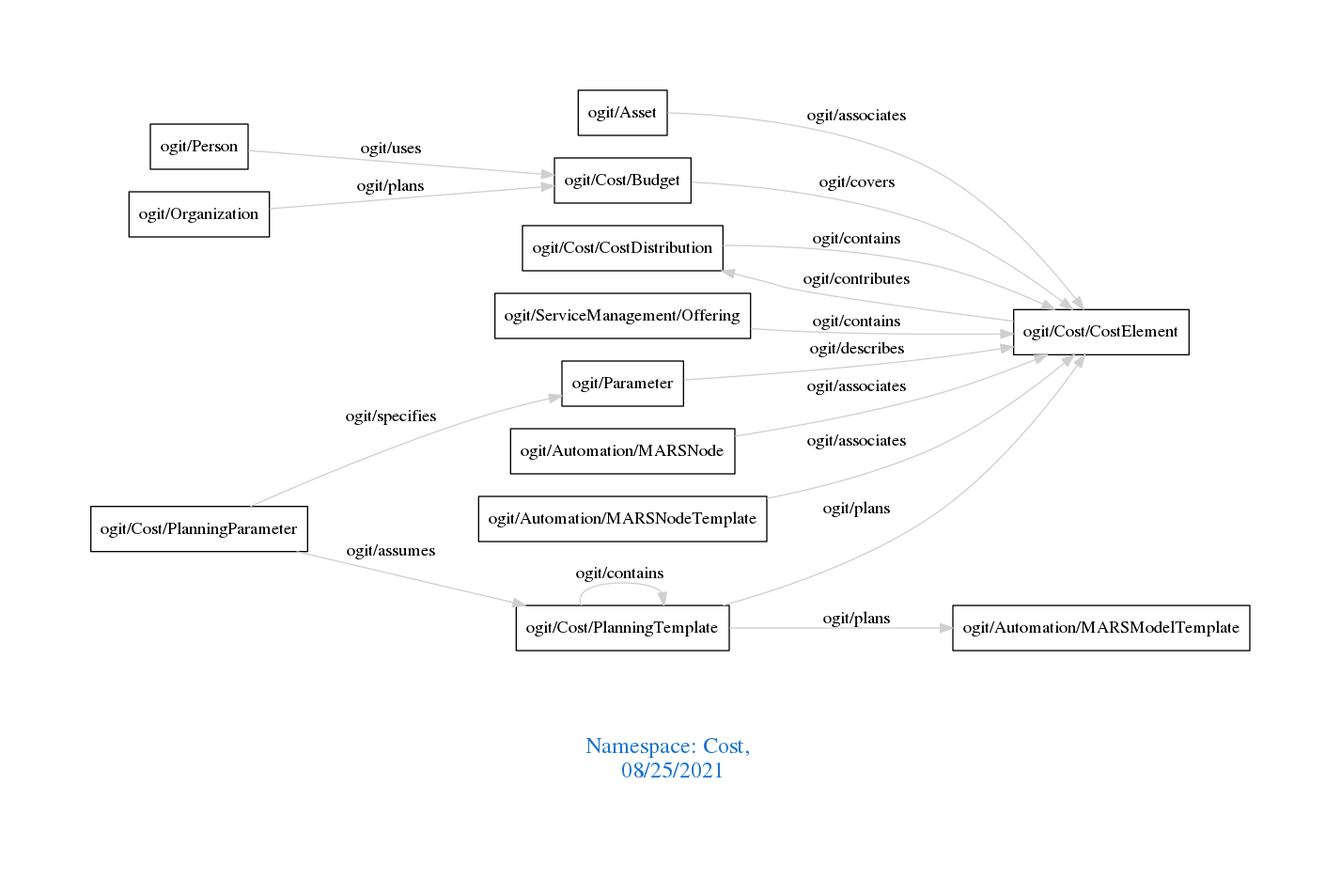
Earlier version of the Graphviz export downloads/Cost.png (arago/OGIT). Its source is kept beside it as downloads/Cost.dot.
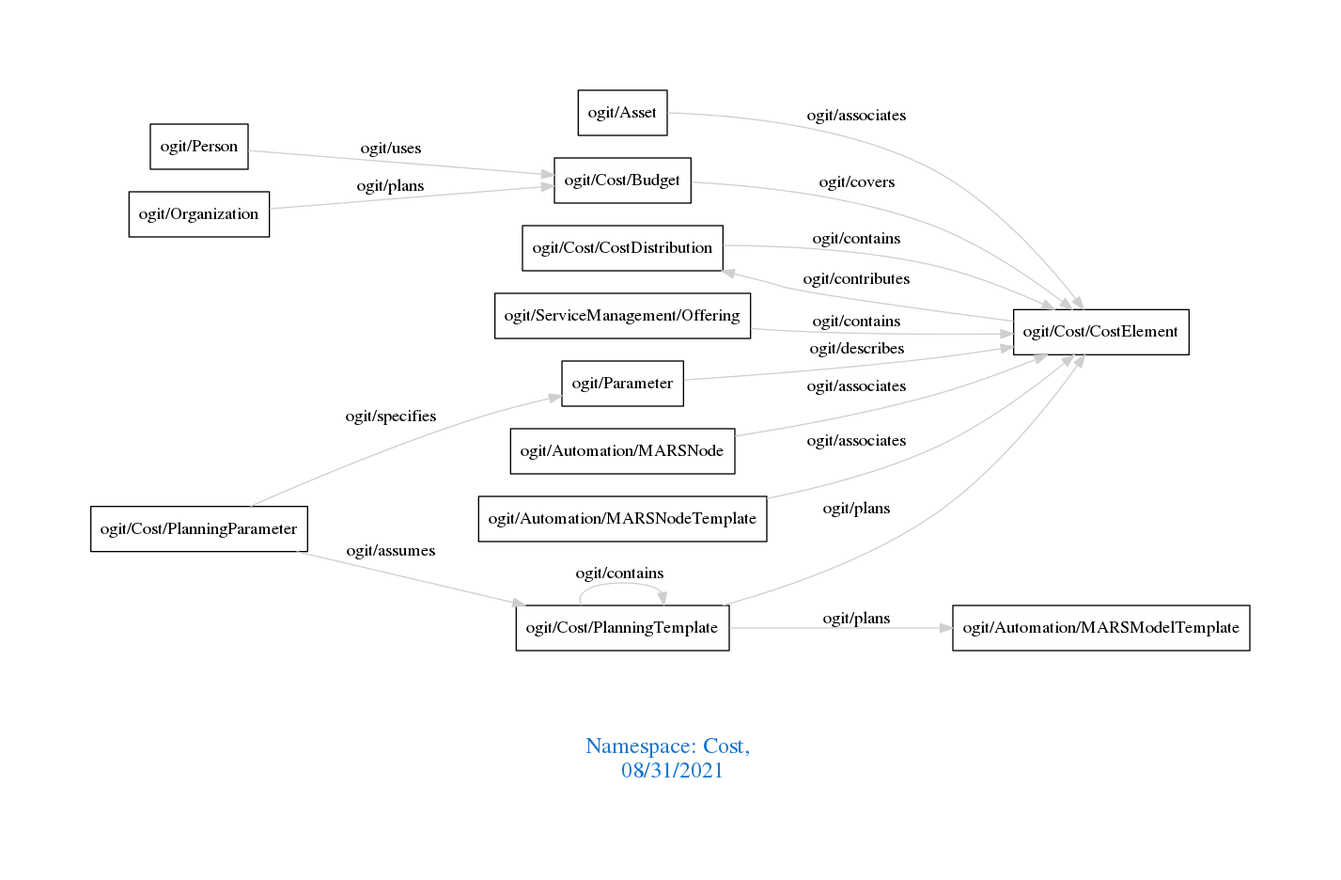
The same file after the commit.

What changed in the source:
```diff
@@ -1,7 +1,7 @@
 digraph OGIT_ontology {
  graph [ rankdir= LR,pad=1
 fontsize = 18,
-fontcolor= dodgerblue3,label = "\n\n\nNamespace: Cost, \n 08/25/2021"];
+fontcolor= dodgerblue3,label = "\n\n\nNamespace: Cost, \n 08/31/2021"];
 node[shape=polygon];
 edge [  color="gray81"];
 
```
